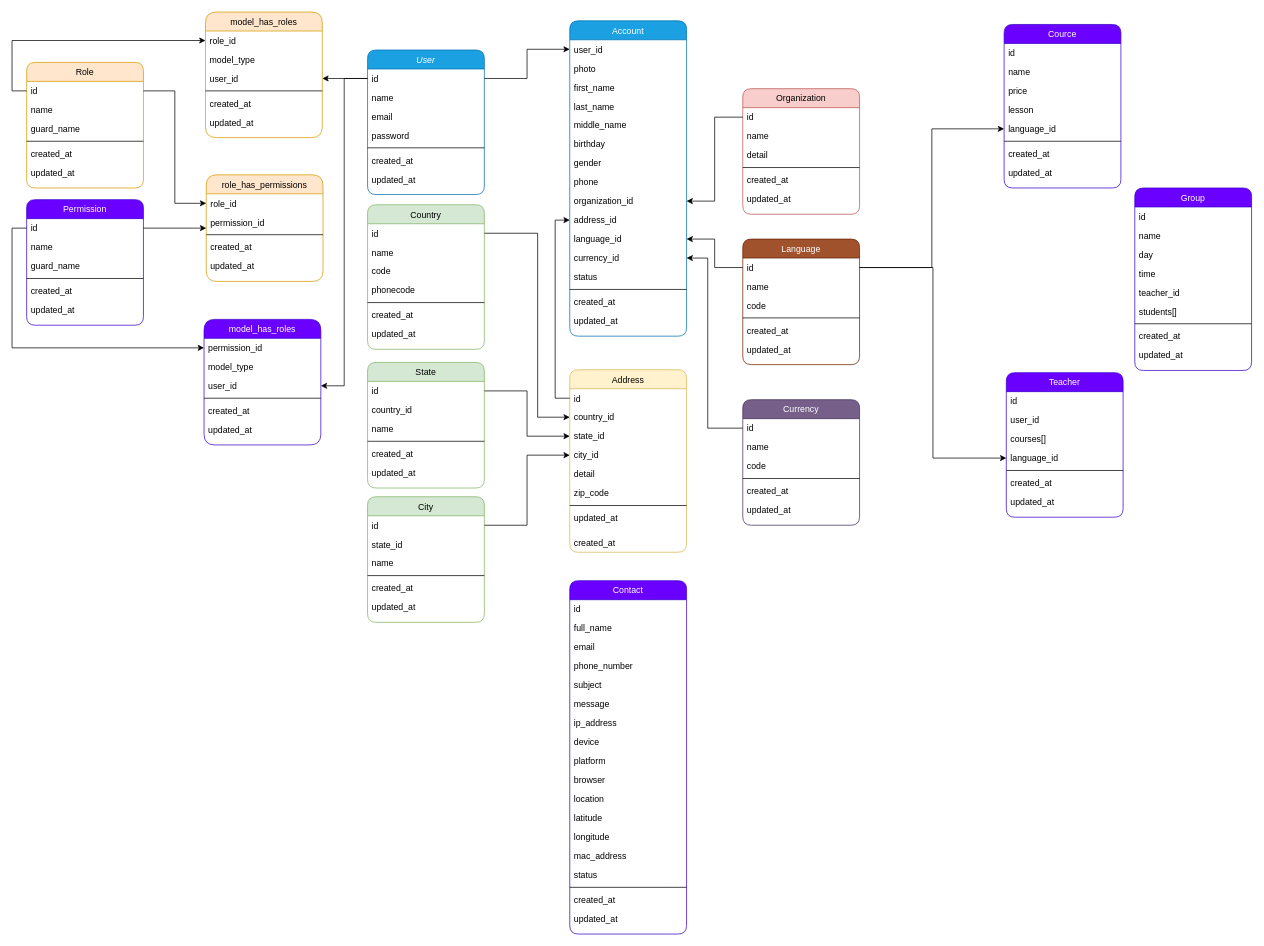
The draw.io diagram public/Untitled Diagram.drawio in urinboy/EduCRM, before the edit. Source tidied: cells renumbered, new cells numbered last; positions are measured from the earlier drawing's top-left corner, leaving out a move shared by most shapes. Both pictures are drawn from the tidied source at 73%, with x=0, y=0 at pixel (26, 12).
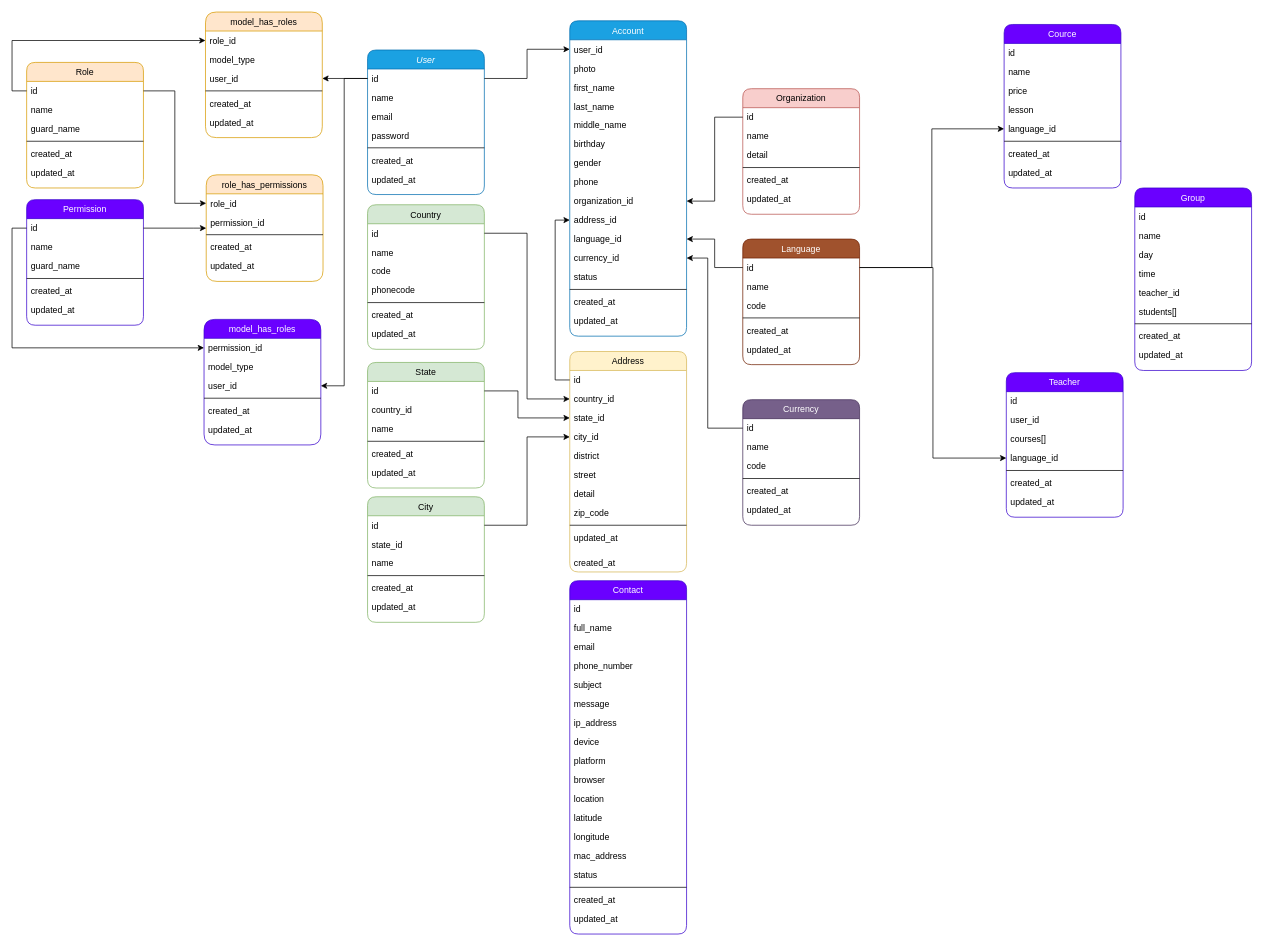
After the change.

The change refers to these unchanged cells:
```xml
<mxCell id="36" value="country_id" style="text;align=left;verticalAlign=top;spacingLeft=4;spacingRight=4;overflow=hidden;points=[[0,0.5],[1,0.5]];portConstraint=eastwest;rounded=0;shadow=0;html=0;" parent="34" vertex="1">
  <mxGeometry y="52" width="160" height="26" as="geometry" />
</mxCell>
<mxCell id="37" value="state_id" style="text;align=left;verticalAlign=top;spacingLeft=4;spacingRight=4;overflow=hidden;points=[[0,0.5],[1,0.5]];portConstraint=eastwest;" parent="34" vertex="1">
  <mxGeometry y="78" width="160" height="26" as="geometry" />
</mxCell>
<mxCell id="46" value="id" style="text;align=left;verticalAlign=top;spacingLeft=4;spacingRight=4;overflow=hidden;points=[[0,0.5],[1,0.5]];portConstraint=eastwest;rounded=0;shadow=0;html=0;" parent="45" vertex="1">
  <mxGeometry y="26" width="160" height="26" as="geometry" />
</mxCell>
<mxCell id="54" value="id" style="text;align=left;verticalAlign=top;spacingLeft=4;spacingRight=4;overflow=hidden;points=[[0,0.5],[1,0.5]];portConstraint=eastwest;rounded=0;shadow=0;html=0;" parent="53" vertex="1">
  <mxGeometry y="26" width="160" height="26" as="geometry" />
</mxCell>
```

Diff of the diagram source:
```diff
@@
     <mxCell id="34" value="Address" style="swimlane;fontStyle=0;align=center;verticalAlign=top;horizontal=1;startSize=26;rounded=1;shadow=0;strokeWidth=1;fillColor=#fff2cc;strokeColor=#d6b656;gradientColor=none;swimlaneFillColor=none;" parent="1" vertex="1">
-      <mxGeometry x="744" y="490" width="160" height="250" as="geometry" />
+      <mxGeometry x="744" y="465" width="160" height="302" as="geometry" />
     </mxCell>
@@
+    <mxCell id="177" value="district" style="text;align=left;verticalAlign=top;spacingLeft=4;spacingRight=4;overflow=hidden;rounded=0;shadow=0;html=0;" parent="34" vertex="1">
+      <mxGeometry y="130" width="160" height="26" as="geometry" />
+    </mxCell>
+    <mxCell id="178" value="street" style="text;align=left;verticalAlign=top;spacingLeft=4;spacingRight=4;overflow=hidden;rounded=0;shadow=0;html=0;" parent="34" vertex="1">
+      <mxGeometry y="156" width="160" height="26" as="geometry" />
+    </mxCell>
     <mxCell id="39" value="detail" style="text;align=left;verticalAlign=top;spacingLeft=4;spacingRight=4;overflow=hidden;rounded=0;shadow=0;html=0;" parent="34" vertex="1">
-      <mxGeometry y="130" width="160" height="26" as="geometry" />
+      <mxGeometry y="182" width="160" height="26" as="geometry" />
     </mxCell>
     <mxCell id="40" value="zip_code" style="text;align=left;verticalAlign=top;spacingLeft=4;spacingRight=4;overflow=hidden;rounded=0;shadow=0;html=0;" parent="34" vertex="1">
-      <mxGeometry y="156" width="160" height="26" as="geometry" />
+      <mxGeometry y="208" width="160" height="26" as="geometry" />
     </mxCell>
     <mxCell id="41" style="line;html=1;strokeWidth=1;align=left;verticalAlign=middle;spacingTop=-1;spacingLeft=3;spacingRight=3;labelPosition=right;" parent="34" vertex="1">
-      <mxGeometry y="182" width="160" height="8" as="geometry" />
+      <mxGeometry y="234" width="160" height="8" as="geometry" />
     </mxCell>
     <mxCell id="42" value="updated_at" style="text;align=left;verticalAlign=top;spacingLeft=4;spacingRight=4;overflow=hidden;" parent="34" vertex="1">
-      <mxGeometry y="190" width="160" height="34" as="geometry" />
+      <mxGeometry y="242" width="160" height="34" as="geometry" />
     </mxCell>
     <mxCell id="43" value="created_at" style="text;align=left;verticalAlign=top;spacingLeft=4;spacingRight=4;overflow=hidden;" parent="34" vertex="1">
-      <mxGeometry y="224" width="160" height="26" as="geometry" />
+      <mxGeometry y="276" width="160" height="26" as="geometry" />
     </mxCell>
@@
-    <mxCell id="68" style="edgeStyle=orthogonalEdgeStyle;rounded=0;jettySize=auto;html=1;exitX=1;exitY=0.5;exitDx=0;exitDy=0;entryX=0;entryY=0.5;entryDx=0;entryDy=0;" parent="1" edge="1" source="46" target="36">
-      <mxGeometry relative="1" as="geometry">
-        <Array as="points">
-          <mxPoint x="700" y="303" />
-          <mxPoint x="700" y="555" />
-        </Array>
-      </mxGeometry>
-    </mxCell>
     <mxCell id="69" style="edgeStyle=orthogonalEdgeStyle;rounded=0;jettySize=auto;html=1;exitX=1;exitY=0.5;exitDx=0;exitDy=0;entryX=0;entryY=0.5;entryDx=0;entryDy=0;" parent="1" edge="1" source="54" target="37">
-      <mxGeometry relative="1" as="geometry" />
+      <mxGeometry relative="1" as="geometry">
+        <Array as="points">
+          <mxPoint x="673" y="519" />
+          <mxPoint x="673" y="556" />
+        </Array>
+      </mxGeometry>
     </mxCell>
@@
+    <mxCell id="68" style="edgeStyle=orthogonalEdgeStyle;rounded=0;jettySize=auto;html=1;exitX=1;exitY=0.5;exitDx=0;exitDy=0;" parent="1" edge="1" source="46" target="36">
+      <mxGeometry relative="1" as="geometry" />
+    </mxCell>
```
